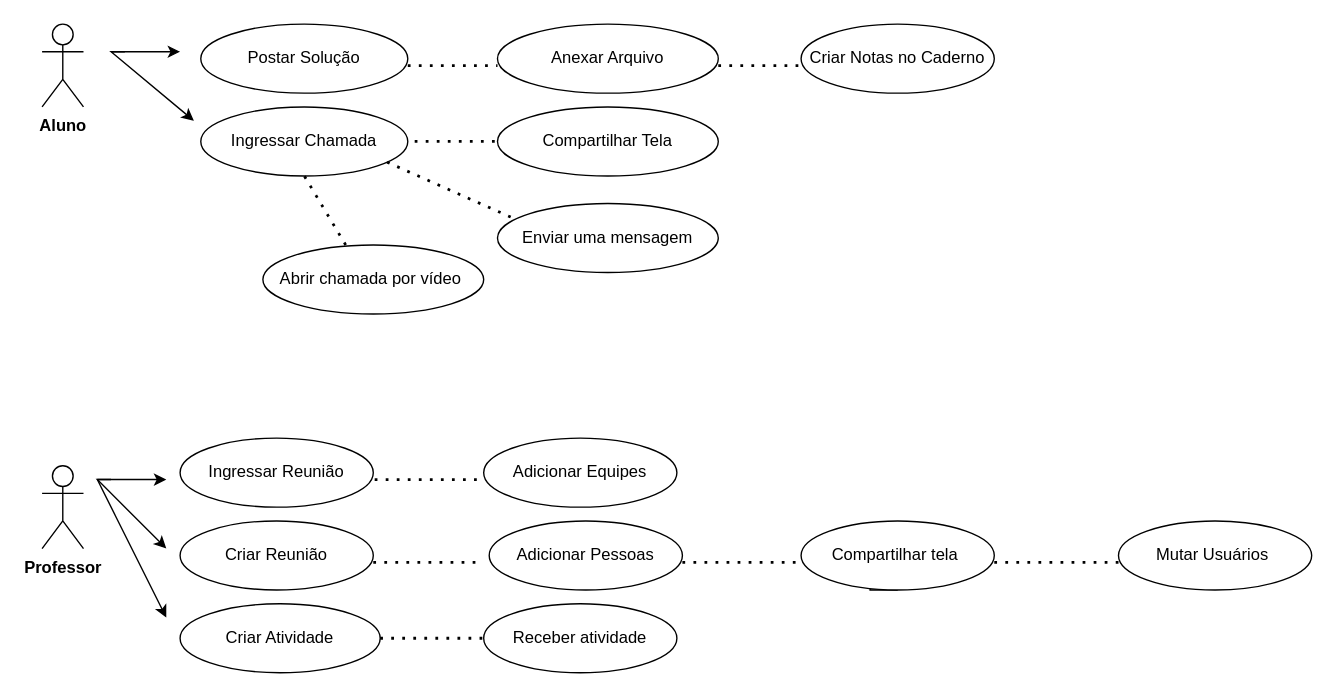
Above: Untitled Diagram.drawio in heyanaleal/Bertoti (draw.io), before the change. Source tidied: cells renumbered, new cells numbered last; positions are measured from the earlier drawing's top-left corner, leaving out a move shared by most shapes. Both pictures are drawn from the tidied source at 138%, with x=0, y=0 at pixel (41, 23).
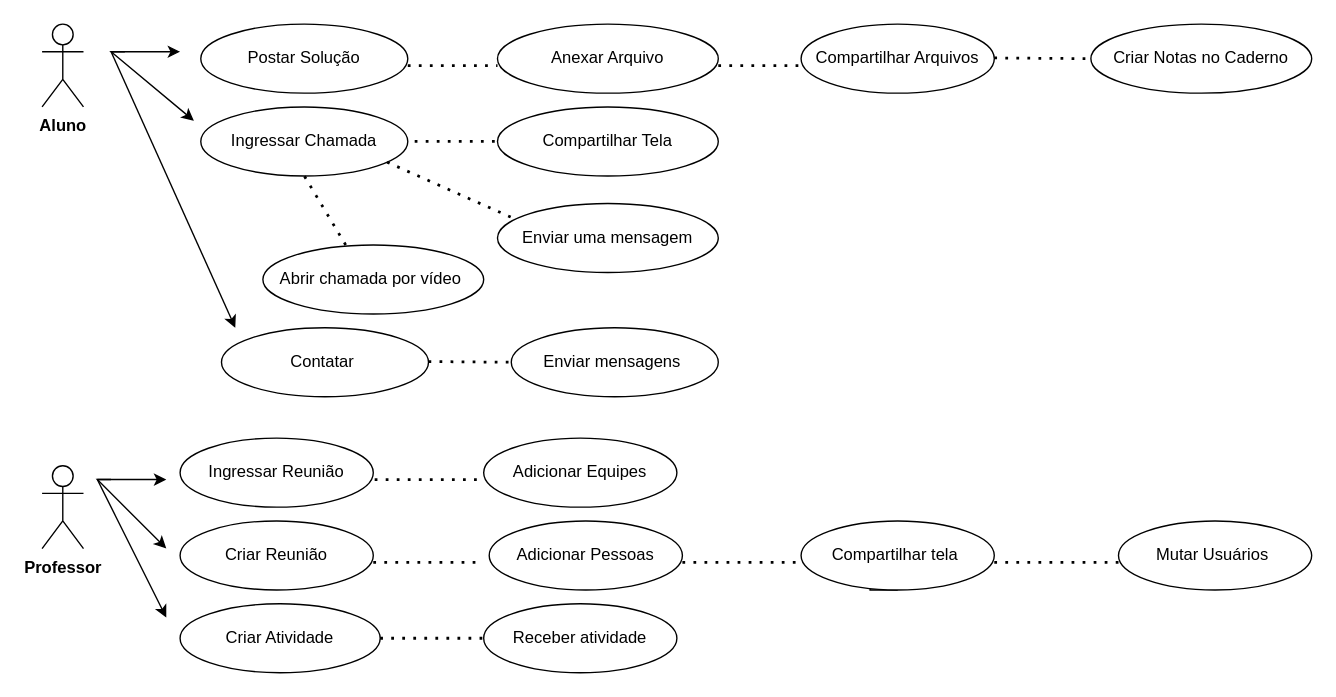
After the change.

What changed in the source:
```diff
@@
-    <mxCell id="32" value="Criar Notas no Caderno" style="ellipse;whiteSpace=wrap;html=1;" parent="1" vertex="1">
+    <mxCell id="32" value="Compartilhar Arquivos" style="ellipse;whiteSpace=wrap;html=1;" parent="1" vertex="1">
       <mxGeometry x="550" width="140" height="50" as="geometry" />
     </mxCell>
@@
+    <mxCell id="35" value="Criar Notas no Caderno" style="ellipse;whiteSpace=wrap;html=1;" parent="1" vertex="1">
+      <mxGeometry x="760" width="160" height="50" as="geometry" />
+    </mxCell>
+    <mxCell id="36" value="Contatar&amp;nbsp;" style="ellipse;whiteSpace=wrap;html=1;" parent="1" vertex="1">
+      <mxGeometry x="130" y="220" width="150" height="50" as="geometry" />
+    </mxCell>
+    <mxCell id="37" value="Enviar mensagens&amp;nbsp;" style="ellipse;whiteSpace=wrap;html=1;" parent="1" vertex="1">
+      <mxGeometry x="340" y="220" width="150" height="50" as="geometry" />
+    </mxCell>
+    <mxCell id="38" style="endArrow=none;dashed=1;html=1;dashPattern=1 3;strokeWidth=2;rounded=0;entryX=0;entryY=0.5;entryDx=0;entryDy=0;" parent="1" edge="1" target="37">
+      <mxGeometry relative="1" as="geometry">
+        <mxPoint x="280" y="244.5" as="sourcePoint" />
+      </mxGeometry>
+    </mxCell>
+    <mxCell id="39" style="endArrow=classic;html=1;rounded=0;" parent="1" edge="1">
+      <mxGeometry relative="1" as="geometry">
+        <mxPoint x="50" y="20" as="sourcePoint" />
+        <mxPoint x="140" y="220" as="targetPoint" />
+      </mxGeometry>
+    </mxCell>
+    <mxCell id="40" style="endArrow=none;dashed=1;html=1;dashPattern=1 3;strokeWidth=2;rounded=0;entryX=0;entryY=0.5;entryDx=0;entryDy=0;" parent="1" edge="1" target="35">
+      <mxGeometry relative="1" as="geometry">
+        <mxPoint x="690" y="24.5" as="sourcePoint" />
+      </mxGeometry>
+    </mxCell>
```
